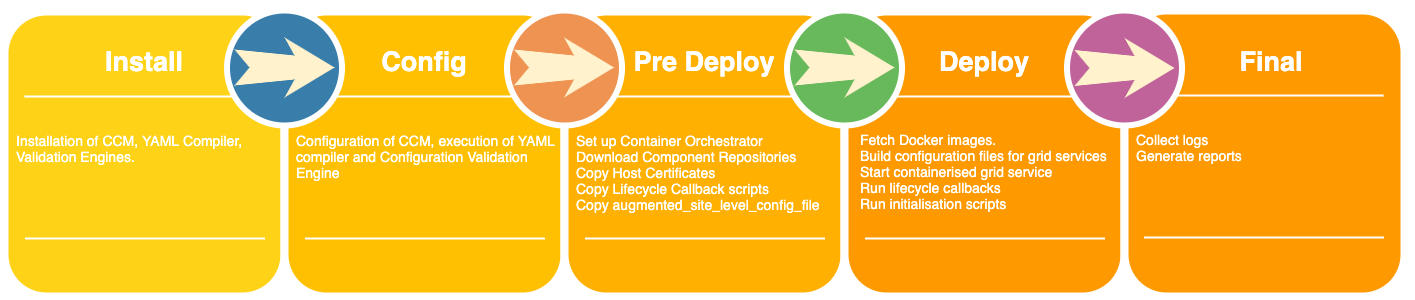
This is SIMPLE-execution pipeline.png from maany/simple-diagrams, a draw.io export, as it was before one commit. Source tidied: cells renumbered, new cells last; positions are measured from the earlier drawing's top-left corner, leaving out a move shared by most shapes. Source of this version:
```xml
<mxGraphModel background="#ffffff">
  <root>
    <mxCell id="0" />
    <mxCell id="1" parent="0" />
    <mxCell id="2" style="whiteSpace=wrap;html=1;rounded=1;shadow=0;strokeWidth=8;fontSize=20;align=center;fillColor=#FED217;strokeColor=#FFFFFF;" parent="1" vertex="1">
      <mxGeometry y="10" width="280" height="285" as="geometry" />
    </mxCell>
    <mxCell id="3" value="Install" style="text;html=1;strokeColor=none;fillColor=none;align=center;verticalAlign=middle;whiteSpace=wrap;rounded=0;shadow=0;fontSize=27;fontColor=#FFFFFF;fontStyle=1;" parent="1" vertex="1">
      <mxGeometry y="30" width="280" height="60" as="geometry" />
    </mxCell>
    <mxCell id="4" value="Installation of CCM, YAML Compiler, Validation Engines.&lt;br&gt;" style="text;html=1;strokeColor=none;fillColor=none;align=left;verticalAlign=top;whiteSpace=wrap;rounded=0;shadow=0;fontSize=14;fontColor=#FFFFFF;" parent="1" vertex="1">
      <mxGeometry x="10" y="125" width="280" height="87.5" as="geometry" />
    </mxCell>
    <mxCell id="5" style="line;strokeWidth=2;html=1;rounded=0;shadow=0;fontSize=27;align=center;fillColor=none;strokeColor=#FFFFFF;" parent="1" vertex="1">
      <mxGeometry x="20" y="90" width="240" height="10" as="geometry" />
    </mxCell>
    <mxCell id="6" style="line;strokeWidth=2;html=1;rounded=0;shadow=0;fontSize=27;align=center;fillColor=none;strokeColor=#FFFFFF;" parent="1" vertex="1">
      <mxGeometry x="20.5" y="232" width="240" height="10" as="geometry" />
    </mxCell>
    <mxCell id="7" style="whiteSpace=wrap;html=1;rounded=1;shadow=0;strokeWidth=8;fontSize=20;align=center;fillColor=#FFC001;strokeColor=#FFFFFF;" parent="1" vertex="1">
      <mxGeometry x="280" y="10" width="280" height="285" as="geometry" />
    </mxCell>
    <mxCell id="8" value="Config" style="text;html=1;strokeColor=none;fillColor=none;align=center;verticalAlign=middle;whiteSpace=wrap;rounded=0;shadow=0;fontSize=27;fontColor=#FFFFFF;fontStyle=1;" parent="1" vertex="1">
      <mxGeometry x="280" y="30" width="280" height="60" as="geometry" />
    </mxCell>
    <mxCell id="9" value="Configuration of CCM, execution of YAML compiler and Configuration Validation Engine" style="text;html=1;strokeColor=none;fillColor=none;align=left;verticalAlign=top;whiteSpace=wrap;rounded=0;shadow=0;fontSize=14;fontColor=#FFFFFF;" parent="1" vertex="1">
      <mxGeometry x="290" y="125" width="280" height="90" as="geometry" />
    </mxCell>
    <mxCell id="10" style="line;strokeWidth=2;html=1;rounded=0;shadow=0;fontSize=27;align=center;fillColor=none;strokeColor=#FFFFFF;" parent="1" vertex="1">
      <mxGeometry x="300" y="90" width="240" height="10" as="geometry" />
    </mxCell>
    <mxCell id="11" style="line;strokeWidth=2;html=1;rounded=0;shadow=0;fontSize=27;align=center;fillColor=none;strokeColor=#FFFFFF;" parent="1" vertex="1">
      <mxGeometry x="300" width="240" height="10" as="geometry" />
    </mxCell>
    <mxCell id="12" style="line;strokeWidth=2;html=1;rounded=0;shadow=0;fontSize=27;align=center;fillColor=none;strokeColor=#FFFFFF;" parent="1" vertex="1">
      <mxGeometry x="300.5" y="232" width="240" height="10" as="geometry" />
    </mxCell>
    <mxCell id="13" style="ellipse;whiteSpace=wrap;html=1;rounded=0;shadow=0;strokeWidth=6;fontSize=14;align=center;fillColor=#397DAA;strokeColor=#FFFFFF;fontColor=#FFFFFF;" parent="1" vertex="1">
      <mxGeometry x="222.5" y="9" width="115" height="115" as="geometry" />
    </mxCell>
    <mxCell id="14" style="whiteSpace=wrap;html=1;rounded=1;shadow=0;strokeWidth=8;fontSize=20;align=center;fillColor=#FFB001;strokeColor=#FFFFFF;" parent="1" vertex="1">
      <mxGeometry x="560" y="10" width="280" height="285" as="geometry" />
    </mxCell>
    <mxCell id="15" value="Pre Deploy" style="text;html=1;strokeColor=none;fillColor=none;align=center;verticalAlign=middle;whiteSpace=wrap;rounded=0;shadow=0;fontSize=27;fontColor=#FFFFFF;fontStyle=1;" parent="1" vertex="1">
      <mxGeometry x="560" y="30" width="280" height="60" as="geometry" />
    </mxCell>
    <mxCell id="16" value="Set up Container Orchestrator&lt;br&gt;Download Component Repositories &lt;br&gt;Copy Host Certificates&lt;br&gt;Copy Lifecycle Callback scripts &lt;br&gt;Copy augmented_site_level_config_file" style="text;html=1;strokeColor=none;fillColor=none;align=left;verticalAlign=top;whiteSpace=wrap;rounded=0;shadow=0;fontSize=14;fontColor=#FFFFFF;" parent="1" vertex="1">
      <mxGeometry x="570" y="125" width="280" height="90" as="geometry" />
    </mxCell>
    <mxCell id="17" style="line;strokeWidth=2;html=1;rounded=0;shadow=0;fontSize=27;align=center;fillColor=none;strokeColor=#FFFFFF;" parent="1" vertex="1">
      <mxGeometry x="580" y="90" width="240" height="10" as="geometry" />
    </mxCell>
    <mxCell id="18" style="line;strokeWidth=2;html=1;rounded=0;shadow=0;fontSize=27;align=center;fillColor=none;strokeColor=#FFFFFF;" parent="1" vertex="1">
      <mxGeometry x="580.5" y="232" width="240" height="10" as="geometry" />
    </mxCell>
    <mxCell id="19" style="ellipse;whiteSpace=wrap;html=1;rounded=0;shadow=0;strokeWidth=6;fontSize=14;align=center;fillColor=#EF9353;strokeColor=#FFFFFF;fontColor=#FFFFFF;" parent="1" vertex="1">
      <mxGeometry x="502.5" y="9" width="115" height="115" as="geometry" />
    </mxCell>
    <mxCell id="20" style="whiteSpace=wrap;html=1;rounded=1;shadow=0;strokeWidth=8;fontSize=20;align=center;fillColor=#FE9900;strokeColor=#FFFFFF;" parent="1" vertex="1">
      <mxGeometry x="840" y="10" width="280" height="285" as="geometry" />
    </mxCell>
    <mxCell id="21" value="Deploy" style="text;html=1;strokeColor=none;fillColor=none;align=center;verticalAlign=middle;whiteSpace=wrap;rounded=0;shadow=0;fontSize=27;fontColor=#FFFFFF;fontStyle=1;" parent="1" vertex="1">
      <mxGeometry x="840" y="30" width="280" height="60" as="geometry" />
    </mxCell>
    <mxCell id="22" value="Fetch Docker images.&lt;br&gt;Build configuration files for grid services&lt;br&gt;Start containerised grid service&lt;br&gt;Run lifecycle callbacks&lt;br&gt;Run initialisation scripts&amp;nbsp;" style="text;html=1;strokeColor=none;fillColor=none;align=left;verticalAlign=top;whiteSpace=wrap;rounded=0;shadow=0;fontSize=14;fontColor=#FFFFFF;" parent="1" vertex="1">
      <mxGeometry x="853.5" y="124" width="280" height="116" as="geometry" />
    </mxCell>
    <mxCell id="23" style="line;strokeWidth=2;html=1;rounded=0;shadow=0;fontSize=27;align=center;fillColor=none;strokeColor=#FFFFFF;" parent="1" vertex="1">
      <mxGeometry x="860" y="90" width="240" height="10" as="geometry" />
    </mxCell>
    <mxCell id="24" style="line;strokeWidth=2;html=1;rounded=0;shadow=0;fontSize=27;align=center;fillColor=none;strokeColor=#FFFFFF;" parent="1" vertex="1">
      <mxGeometry x="860.5" y="232" width="240" height="10" as="geometry" />
    </mxCell>
    <mxCell id="25" style="ellipse;whiteSpace=wrap;html=1;rounded=0;shadow=0;strokeWidth=6;fontSize=14;align=center;fillColor=#68B85C;strokeColor=#FFFFFF;fontColor=#FFFFFF;" parent="1" vertex="1">
      <mxGeometry x="782.5" y="9" width="115" height="115" as="geometry" />
    </mxCell>
    <mxCell id="26" style="whiteSpace=wrap;html=1;rounded=1;shadow=0;strokeWidth=8;fontSize=20;align=center;fillColor=#FE9900;strokeColor=#FFFFFF;" parent="1" vertex="1">
      <mxGeometry x="1120" y="9" width="280" height="286" as="geometry" />
    </mxCell>
    <mxCell id="27" value="Collect logs&lt;br&gt;Generate reports" style="text;html=1;strokeColor=none;fillColor=none;align=left;verticalAlign=top;whiteSpace=wrap;rounded=0;shadow=0;fontSize=14;fontColor=#FFFFFF;" parent="1" vertex="1">
      <mxGeometry x="1130" y="124" width="280" height="90" as="geometry" />
    </mxCell>
    <mxCell id="28" style="line;strokeWidth=2;html=1;rounded=0;shadow=0;fontSize=27;align=center;fillColor=none;strokeColor=#FFFFFF;" parent="1" vertex="1">
      <mxGeometry x="1139" y="89" width="240" height="10" as="geometry" />
    </mxCell>
    <mxCell id="29" style="line;strokeWidth=2;html=1;rounded=0;shadow=0;fontSize=27;align=center;fillColor=none;strokeColor=#FFFFFF;" parent="1" vertex="1">
      <mxGeometry x="1139.5" y="231" width="240" height="10" as="geometry" />
    </mxCell>
    <mxCell id="30" value="Final" style="text;html=1;strokeColor=none;fillColor=none;align=center;verticalAlign=middle;whiteSpace=wrap;rounded=0;shadow=0;fontSize=27;fontColor=#FFFFFF;fontStyle=1;" parent="1" vertex="1">
      <mxGeometry x="1127" y="30" width="280" height="60" as="geometry" />
    </mxCell>
    <mxCell id="31" style="ellipse;whiteSpace=wrap;html=1;rounded=0;shadow=0;strokeWidth=6;fontSize=14;align=center;fillColor=#BF639A;strokeColor=#FFFFFF;fontColor=#FFFFFF;" parent="1" vertex="1">
      <mxGeometry x="1062.5" y="9" width="115" height="115" as="geometry" />
    </mxCell>
    <mxCell id="32" style="html=1;shadow=0;dashed=0;align=center;verticalAlign=middle;shape=mxgraph.arrows2.stylisedArrow;dy=0.6;dx=40;notch=15;feather=0.4;rounded=0;strokeWidth=1;fontSize=27;strokeColor=none;fillColor=#fff2cc;" parent="1" vertex="1">
      <mxGeometry x="230" y="36" width="100" height="60" as="geometry" />
    </mxCell>
    <mxCell id="33" style="html=1;shadow=0;dashed=0;align=center;verticalAlign=middle;shape=mxgraph.arrows2.stylisedArrow;dy=0.6;dx=40;notch=15;feather=0.4;rounded=0;strokeWidth=1;fontSize=27;strokeColor=none;fillColor=#fff2cc;" parent="1" vertex="1">
      <mxGeometry x="509.5" y="36" width="100" height="60" as="geometry" />
    </mxCell>
    <mxCell id="34" style="html=1;shadow=0;dashed=0;align=center;verticalAlign=middle;shape=mxgraph.arrows2.stylisedArrow;dy=0.6;dx=40;notch=15;feather=0.4;rounded=0;strokeWidth=1;fontSize=27;strokeColor=none;fillColor=#fff2cc;" parent="1" vertex="1">
      <mxGeometry x="790" y="36" width="100" height="60" as="geometry" />
    </mxCell>
    <mxCell id="35" style="html=1;shadow=0;dashed=0;align=center;verticalAlign=middle;shape=mxgraph.arrows2.stylisedArrow;dy=0.6;dx=40;notch=15;feather=0.4;rounded=0;strokeWidth=1;fontSize=27;strokeColor=none;fillColor=#fff2cc;" parent="1" vertex="1">
      <mxGeometry x="1070" y="36.5" width="100" height="60" as="geometry" />
    </mxCell>
  </root>
</mxGraphModel>
```
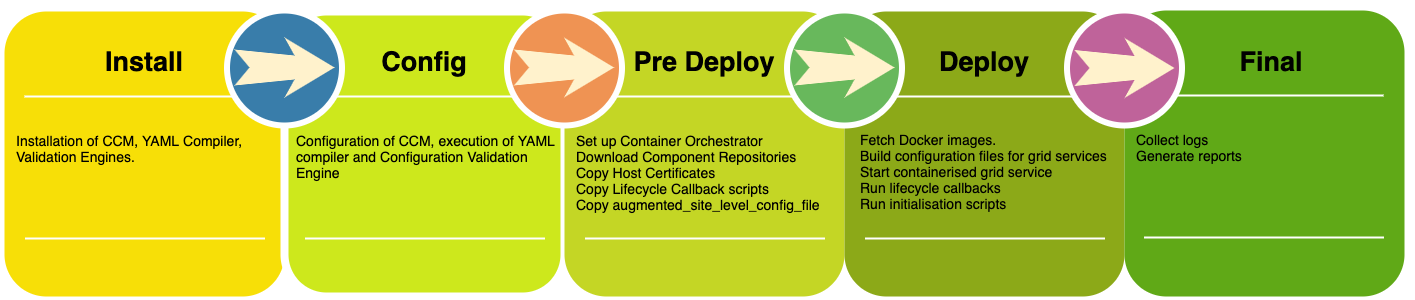
After the change.

Diff of the diagram source:
```diff
@@ -2,13 +2,13 @@
   <root>
     <mxCell id="0" />
     <mxCell id="1" parent="0" />
-    <mxCell id="2" style="whiteSpace=wrap;html=1;rounded=1;shadow=0;strokeWidth=8;fontSize=20;align=center;fillColor=#FED217;strokeColor=#FFFFFF;" parent="1" vertex="1">
+    <mxCell id="2" style="whiteSpace=wrap;html=1;rounded=1;shadow=0;strokeWidth=8;fontSize=20;align=center;fillColor=#F7DF07;strokeColor=none;fontColor=#ffffff;" parent="1" vertex="1">
       <mxGeometry y="10" width="280" height="285" as="geometry" />
     </mxCell>
-    <mxCell id="3" value="Install" style="text;html=1;strokeColor=none;fillColor=none;align=center;verticalAlign=middle;whiteSpace=wrap;rounded=0;shadow=0;fontSize=27;fontColor=#FFFFFF;fontStyle=1;" parent="1" vertex="1">
+    <mxCell id="3" value="Install" style="text;html=1;strokeColor=none;fillColor=none;align=center;verticalAlign=middle;whiteSpace=wrap;rounded=0;shadow=0;fontSize=27;fontColor=#000000;fontStyle=1;" parent="1" vertex="1">
       <mxGeometry y="30" width="280" height="60" as="geometry" />
     </mxCell>
-    <mxCell id="4" value="Installation of CCM, YAML Compiler, Validation Engines.&lt;br&gt;" style="text;html=1;strokeColor=none;fillColor=none;align=left;verticalAlign=top;whiteSpace=wrap;rounded=0;shadow=0;fontSize=14;fontColor=#FFFFFF;" parent="1" vertex="1">
+    <mxCell id="4" value="Installation of CCM, YAML Compiler, Validation Engines.&lt;br&gt;" style="text;html=1;strokeColor=none;fillColor=none;align=left;verticalAlign=top;whiteSpace=wrap;rounded=0;shadow=0;fontSize=14;fontColor=#000000;" parent="1" vertex="1">
       <mxGeometry x="10" y="125" width="280" height="87.5" as="geometry" />
     </mxCell>
     <mxCell id="5" style="line;strokeWidth=2;html=1;rounded=0;shadow=0;fontSize=27;align=center;fillColor=none;strokeColor=#FFFFFF;" parent="1" vertex="1">
@@ -17,13 +17,13 @@
     <mxCell id="6" style="line;strokeWidth=2;html=1;rounded=0;shadow=0;fontSize=27;align=center;fillColor=none;strokeColor=#FFFFFF;" parent="1" vertex="1">
       <mxGeometry x="20.5" y="232" width="240" height="10" as="geometry" />
     </mxCell>
-    <mxCell id="7" style="whiteSpace=wrap;html=1;rounded=1;shadow=0;strokeWidth=8;fontSize=20;align=center;fillColor=#FFC001;strokeColor=#FFFFFF;" parent="1" vertex="1">
+    <mxCell id="7" style="whiteSpace=wrap;html=1;rounded=1;shadow=0;strokeWidth=8;fontSize=20;align=center;fillColor=#CDE81C;strokeColor=#FFFFFF;" parent="1" vertex="1">
       <mxGeometry x="280" y="10" width="280" height="285" as="geometry" />
     </mxCell>
-    <mxCell id="8" value="Config" style="text;html=1;strokeColor=none;fillColor=none;align=center;verticalAlign=middle;whiteSpace=wrap;rounded=0;shadow=0;fontSize=27;fontColor=#FFFFFF;fontStyle=1;" parent="1" vertex="1">
+    <mxCell id="8" value="Config" style="text;html=1;strokeColor=none;fillColor=none;align=center;verticalAlign=middle;whiteSpace=wrap;rounded=0;shadow=0;fontSize=27;fontColor=#000000;fontStyle=1;" parent="1" vertex="1">
       <mxGeometry x="280" y="30" width="280" height="60" as="geometry" />
     </mxCell>
-    <mxCell id="9" value="Configuration of CCM, execution of YAML compiler and Configuration Validation Engine" style="text;html=1;strokeColor=none;fillColor=none;align=left;verticalAlign=top;whiteSpace=wrap;rounded=0;shadow=0;fontSize=14;fontColor=#FFFFFF;" parent="1" vertex="1">
+    <mxCell id="9" value="Configuration of CCM, execution of YAML compiler and Configuration Validation Engine" style="text;html=1;strokeColor=none;fillColor=none;align=left;verticalAlign=top;whiteSpace=wrap;rounded=0;shadow=0;fontSize=14;fontColor=#000000;" parent="1" vertex="1">
       <mxGeometry x="290" y="125" width="280" height="90" as="geometry" />
     </mxCell>
     <mxCell id="10" style="line;strokeWidth=2;html=1;rounded=0;shadow=0;fontSize=27;align=center;fillColor=none;strokeColor=#FFFFFF;" parent="1" vertex="1">
@@ -38,13 +38,13 @@
     <mxCell id="13" style="ellipse;whiteSpace=wrap;html=1;rounded=0;shadow=0;strokeWidth=6;fontSize=14;align=center;fillColor=#397DAA;strokeColor=#FFFFFF;fontColor=#FFFFFF;" parent="1" vertex="1">
       <mxGeometry x="222.5" y="9" width="115" height="115" as="geometry" />
     </mxCell>
-    <mxCell id="14" style="whiteSpace=wrap;html=1;rounded=1;shadow=0;strokeWidth=8;fontSize=20;align=center;fillColor=#FFB001;strokeColor=#FFFFFF;" parent="1" vertex="1">
+    <mxCell id="14" style="whiteSpace=wrap;html=1;rounded=1;shadow=0;strokeWidth=8;fontSize=20;align=center;fillColor=#C4D625;strokeColor=none;fontColor=#ffffff;" parent="1" vertex="1">
       <mxGeometry x="560" y="10" width="280" height="285" as="geometry" />
     </mxCell>
-    <mxCell id="15" value="Pre Deploy" style="text;html=1;strokeColor=none;fillColor=none;align=center;verticalAlign=middle;whiteSpace=wrap;rounded=0;shadow=0;fontSize=27;fontColor=#FFFFFF;fontStyle=1;" parent="1" vertex="1">
+    <mxCell id="15" value="Pre Deploy" style="text;html=1;strokeColor=none;fillColor=none;align=center;verticalAlign=middle;whiteSpace=wrap;rounded=0;shadow=0;fontSize=27;fontColor=#000000;fontStyle=1;" parent="1" vertex="1">
       <mxGeometry x="560" y="30" width="280" height="60" as="geometry" />
     </mxCell>
-    <mxCell id="16" value="Set up Container Orchestrator&lt;br&gt;Download Component Repositories &lt;br&gt;Copy Host Certificates&lt;br&gt;Copy Lifecycle Callback scripts &lt;br&gt;Copy augmented_site_level_config_file" style="text;html=1;strokeColor=none;fillColor=none;align=left;verticalAlign=top;whiteSpace=wrap;rounded=0;shadow=0;fontSize=14;fontColor=#FFFFFF;" parent="1" vertex="1">
+    <mxCell id="16" value="Set up Container Orchestrator&lt;br&gt;Download Component Repositories &lt;br&gt;Copy Host Certificates&lt;br&gt;Copy Lifecycle Callback scripts &lt;br&gt;Copy augmented_site_level_config_file" style="text;html=1;strokeColor=none;fillColor=none;align=left;verticalAlign=top;whiteSpace=wrap;rounded=0;shadow=0;fontSize=14;fontColor=#000000;" parent="1" vertex="1">
       <mxGeometry x="570" y="125" width="280" height="90" as="geometry" />
     </mxCell>
     <mxCell id="17" style="line;strokeWidth=2;html=1;rounded=0;shadow=0;fontSize=27;align=center;fillColor=none;strokeColor=#FFFFFF;" parent="1" vertex="1">
@@ -56,13 +56,13 @@
     <mxCell id="19" style="ellipse;whiteSpace=wrap;html=1;rounded=0;shadow=0;strokeWidth=6;fontSize=14;align=center;fillColor=#EF9353;strokeColor=#FFFFFF;fontColor=#FFFFFF;" parent="1" vertex="1">
       <mxGeometry x="502.5" y="9" width="115" height="115" as="geometry" />
     </mxCell>
-    <mxCell id="20" style="whiteSpace=wrap;html=1;rounded=1;shadow=0;strokeWidth=8;fontSize=20;align=center;fillColor=#FE9900;strokeColor=#FFFFFF;" parent="1" vertex="1">
+    <mxCell id="20" style="whiteSpace=wrap;html=1;rounded=1;shadow=0;strokeWidth=8;fontSize=20;align=center;fillColor=#8CA918;strokeColor=none;fontColor=#ffffff;" parent="1" vertex="1">
       <mxGeometry x="840" y="10" width="280" height="285" as="geometry" />
     </mxCell>
-    <mxCell id="21" value="Deploy" style="text;html=1;strokeColor=none;fillColor=none;align=center;verticalAlign=middle;whiteSpace=wrap;rounded=0;shadow=0;fontSize=27;fontColor=#FFFFFF;fontStyle=1;" parent="1" vertex="1">
+    <mxCell id="21" value="Deploy" style="text;html=1;strokeColor=none;fillColor=none;align=center;verticalAlign=middle;whiteSpace=wrap;rounded=0;shadow=0;fontSize=27;fontColor=#000000;fontStyle=1;" parent="1" vertex="1">
       <mxGeometry x="840" y="30" width="280" height="60" as="geometry" />
     </mxCell>
-    <mxCell id="22" value="Fetch Docker images.&lt;br&gt;Build configuration files for grid services&lt;br&gt;Start containerised grid service&lt;br&gt;Run lifecycle callbacks&lt;br&gt;Run initialisation scripts&amp;nbsp;" style="text;html=1;strokeColor=none;fillColor=none;align=left;verticalAlign=top;whiteSpace=wrap;rounded=0;shadow=0;fontSize=14;fontColor=#FFFFFF;" parent="1" vertex="1">
+    <mxCell id="22" value="Fetch Docker images.&lt;br&gt;Build configuration files for grid services&lt;br&gt;Start containerised grid service&lt;br&gt;Run lifecycle callbacks&lt;br&gt;Run initialisation scripts&amp;nbsp;" style="text;html=1;strokeColor=none;fillColor=none;align=left;verticalAlign=top;whiteSpace=wrap;rounded=0;shadow=0;fontSize=14;fontColor=#000000;" parent="1" vertex="1">
       <mxGeometry x="853.5" y="124" width="280" height="116" as="geometry" />
     </mxCell>
     <mxCell id="23" style="line;strokeWidth=2;html=1;rounded=0;shadow=0;fontSize=27;align=center;fillColor=none;strokeColor=#FFFFFF;" parent="1" vertex="1">
@@ -74,10 +74,10 @@
     <mxCell id="25" style="ellipse;whiteSpace=wrap;html=1;rounded=0;shadow=0;strokeWidth=6;fontSize=14;align=center;fillColor=#68B85C;strokeColor=#FFFFFF;fontColor=#FFFFFF;" parent="1" vertex="1">
       <mxGeometry x="782.5" y="9" width="115" height="115" as="geometry" />
     </mxCell>
-    <mxCell id="26" style="whiteSpace=wrap;html=1;rounded=1;shadow=0;strokeWidth=8;fontSize=20;align=center;fillColor=#FE9900;strokeColor=#FFFFFF;" parent="1" vertex="1">
+    <mxCell id="26" style="whiteSpace=wrap;html=1;rounded=1;shadow=0;strokeWidth=8;fontSize=20;align=center;fillColor=#60a917;strokeColor=none;fontColor=#ffffff;" parent="1" vertex="1">
       <mxGeometry x="1120" y="9" width="280" height="286" as="geometry" />
     </mxCell>
-    <mxCell id="27" value="Collect logs&lt;br&gt;Generate reports" style="text;html=1;strokeColor=none;fillColor=none;align=left;verticalAlign=top;whiteSpace=wrap;rounded=0;shadow=0;fontSize=14;fontColor=#FFFFFF;" parent="1" vertex="1">
+    <mxCell id="27" value="Collect logs&lt;br&gt;Generate reports" style="text;html=1;strokeColor=none;fillColor=none;align=left;verticalAlign=top;whiteSpace=wrap;rounded=0;shadow=0;fontSize=14;fontColor=#000000;" parent="1" vertex="1">
       <mxGeometry x="1130" y="124" width="280" height="90" as="geometry" />
     </mxCell>
     <mxCell id="28" style="line;strokeWidth=2;html=1;rounded=0;shadow=0;fontSize=27;align=center;fillColor=none;strokeColor=#FFFFFF;" parent="1" vertex="1">
@@ -86,7 +86,7 @@
     <mxCell id="29" style="line;strokeWidth=2;html=1;rounded=0;shadow=0;fontSize=27;align=center;fillColor=none;strokeColor=#FFFFFF;" parent="1" vertex="1">
       <mxGeometry x="1139.5" y="231" width="240" height="10" as="geometry" />
     </mxCell>
-    <mxCell id="30" value="Final" style="text;html=1;strokeColor=none;fillColor=none;align=center;verticalAlign=middle;whiteSpace=wrap;rounded=0;shadow=0;fontSize=27;fontColor=#FFFFFF;fontStyle=1;" parent="1" vertex="1">
+    <mxCell id="30" value="Final" style="text;html=1;strokeColor=none;fillColor=none;align=center;verticalAlign=middle;whiteSpace=wrap;rounded=0;shadow=0;fontSize=27;fontColor=#000000;fontStyle=1;" parent="1" vertex="1">
       <mxGeometry x="1127" y="30" width="280" height="60" as="geometry" />
     </mxCell>
     <mxCell id="31" style="ellipse;whiteSpace=wrap;html=1;rounded=0;shadow=0;strokeWidth=6;fontSize=14;align=center;fillColor=#BF639A;strokeColor=#FFFFFF;fontColor=#FFFFFF;" parent="1" vertex="1">
```
